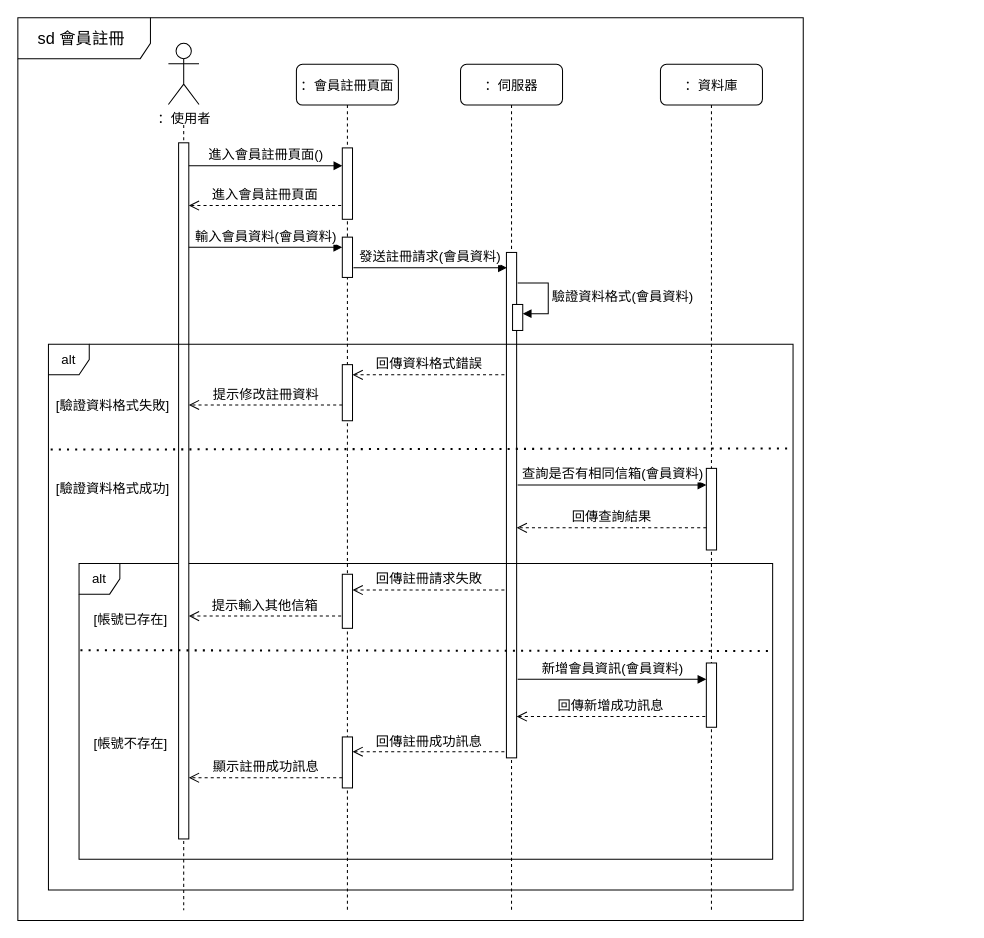
Before: page "會員註冊" (1 of 9) of 文件製作/複評檔案/物件導向/循序圖.drawio in Cuddles-Yu/ntub-coding, a draw.io diagram. Source tidied: cells renumbered, new cells numbered last; positions are measured from the earlier drawing's top-left corner, leaving out a move shared by most shapes. Both pictures are drawn from the tidied source at 102%, with x=0, y=0 at pixel (17, 17).
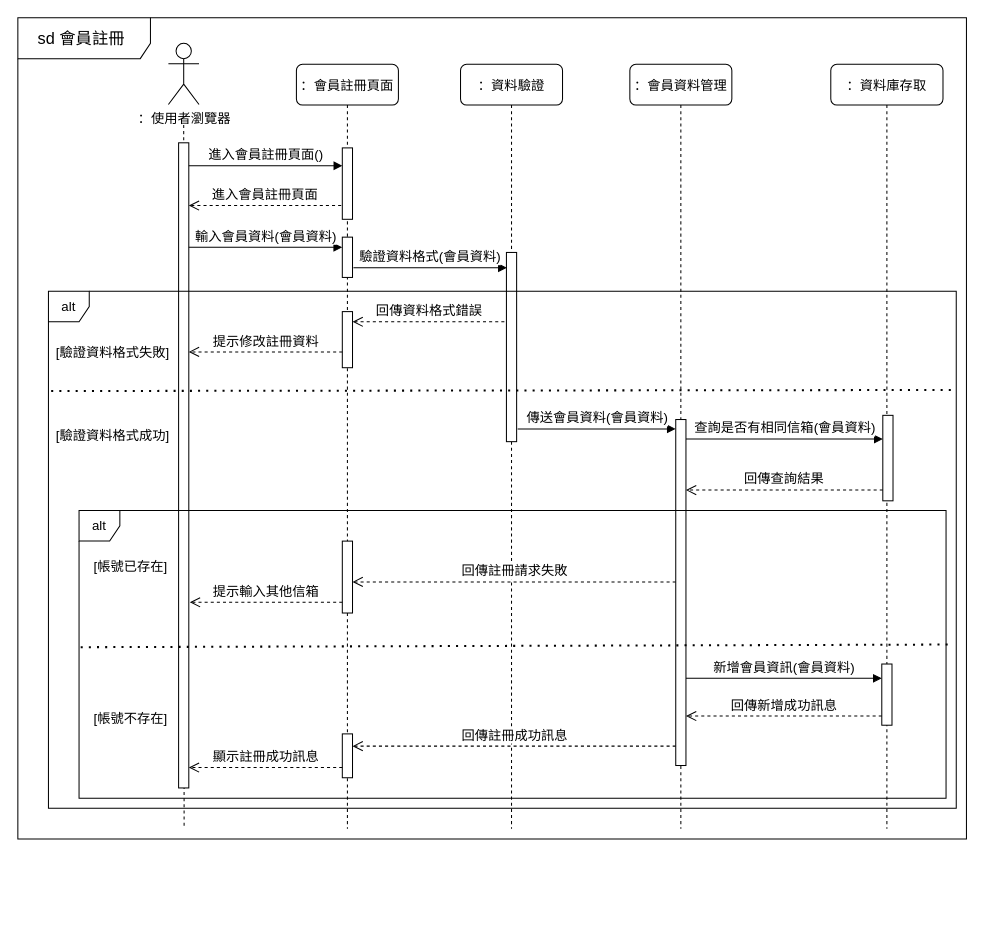
The same page after the edit.

The edit, as a diff of the source:
```diff
@@
+    <mxCell id="41" value="：會員資料管理" style="shape=umlLifeline;perimeter=lifelinePerimeter;whiteSpace=wrap;html=1;newEdgeStyle={&quot;edgeStyle&quot;:&quot;elbowEdgeStyle&quot;,&quot;elbow&quot;:&quot;vertical&quot;,&quot;curved&quot;:0,&quot;rounded&quot;:0};rounded=1;fontSize=13;" parent="1" vertex="1">
+      <mxGeometry x="600" y="45.5" width="100" height="749.5" as="geometry" />
+    </mxCell>
-    <mxCell id="2" value="：伺服器" style="shape=umlLifeline;perimeter=lifelinePerimeter;whiteSpace=wrap;html=1;newEdgeStyle={&quot;edgeStyle&quot;:&quot;elbowEdgeStyle&quot;,&quot;elbow&quot;:&quot;vertical&quot;,&quot;curved&quot;:0,&quot;rounded&quot;:0};rounded=1;fontSize=13;" parent="1" vertex="1">
-      <mxGeometry x="434" y="45.5" width="100" height="829.5" as="geometry" />
+    <mxCell id="2" value="：資料驗證" style="shape=umlLifeline;perimeter=lifelinePerimeter;whiteSpace=wrap;html=1;newEdgeStyle={&quot;edgeStyle&quot;:&quot;elbowEdgeStyle&quot;,&quot;elbow&quot;:&quot;vertical&quot;,&quot;curved&quot;:0,&quot;rounded&quot;:0};rounded=1;fontSize=13;" parent="1" vertex="1">
+      <mxGeometry x="434" y="45.5" width="100" height="749.5" as="geometry" />
     </mxCell>
     <mxCell id="3" style="html=1;points=[[0,0,0,0,5],[0,1,0,0,-5],[1,0,0,0,5],[1,1,0,0,-5]];perimeter=orthogonalPerimeter;outlineConnect=0;targetShapes=umlLifeline;portConstraint=eastwest;newEdgeStyle={&quot;curved&quot;:0,&quot;rounded&quot;:0};fontSize=13;" parent="2" vertex="1">
-      <mxGeometry x="45" y="184.5" width="10" height="495.5" as="geometry" />
+      <mxGeometry x="45" y="184.5" width="10" height="185.5" as="geometry" />
     </mxCell>
-    <mxCell id="4" style="html=1;points=[[0,0,0,0,5],[0,1,0,0,-5],[1,0,0,0,5],[1,1,0,0,-5]];perimeter=orthogonalPerimeter;outlineConnect=0;targetShapes=umlLifeline;portConstraint=eastwest;newEdgeStyle={&quot;curved&quot;:0,&quot;rounded&quot;:0};fontSize=13;" parent="2" vertex="1">
-      <mxGeometry x="51" y="235.5" width="10" height="25.5" as="geometry" />
-    </mxCell>
-    <mxCell id="5" value="驗證資料格式(會員資料)" style="html=1;align=left;spacingLeft=2;endArrow=block;rounded=0;edgeStyle=orthogonalEdgeStyle;curved=0;rounded=0;fontSize=13;" parent="2" edge="1" target="4">
-      <mxGeometry relative="1" as="geometry">
-        <mxPoint x="56" y="214.5" as="sourcePoint" />
-        <Array as="points">
-          <mxPoint x="86" y="244.5" />
-        </Array>
-      </mxGeometry>
-    </mxCell>
     <mxCell id="6" style="endArrow=none;dashed=1;html=1;rounded=0;fontSize=13;" parent="1" edge="1">
       <mxGeometry relative="1" as="geometry">
         <mxPoint x="162.6" y="105" as="sourcePoint" />
-        <mxPoint x="162.6" y="875" as="targetPoint" />
+        <mxPoint x="163" y="795" as="targetPoint" />
       </mxGeometry>
     </mxCell>
     <mxCell id="7" value="：會員註冊頁面" style="shape=umlLifeline;perimeter=lifelinePerimeter;whiteSpace=wrap;html=1;newEdgeStyle={&quot;edgeStyle&quot;:&quot;elbowEdgeStyle&quot;,&quot;elbow&quot;:&quot;vertical&quot;,&quot;curved&quot;:0,&quot;rounded&quot;:0};rounded=1;fontSize=13;" parent="1" vertex="1">
-      <mxGeometry x="273.1" y="45.5" width="100" height="829.5" as="geometry" />
+      <mxGeometry x="273.1" y="45.5" width="100" height="749.5" as="geometry" />
     </mxCell>
@@
     <mxCell id="10" style="html=1;points=[[0,0,0,0,5],[0,1,0,0,-5],[1,0,0,0,5],[1,1,0,0,-5]];perimeter=orthogonalPerimeter;outlineConnect=0;targetShapes=umlLifeline;portConstraint=eastwest;newEdgeStyle={&quot;curved&quot;:0,&quot;rounded&quot;:0};fontSize=13;" parent="7" vertex="1">
-      <mxGeometry x="45" y="500" width="10" height="53" as="geometry" />
+      <mxGeometry x="45" y="467.5" width="10" height="70.5" as="geometry" />
     </mxCell>
-    <mxCell id="11" value="：使用者" style="shape=umlActor;verticalLabelPosition=bottom;verticalAlign=top;html=1;fontSize=13;" parent="1" vertex="1">
+    <mxCell id="11" value="：使用者瀏覽器" style="shape=umlActor;verticalLabelPosition=bottom;verticalAlign=top;html=1;fontSize=13;" parent="1" vertex="1">
       <mxGeometry x="147.6" y="25" width="30" height="60" as="geometry" />
     </mxCell>
     <mxCell id="12" value="&amp;nbsp;[帳號已存在]" style="text;html=1;strokeColor=none;fillColor=none;align=left;verticalAlign=middle;whiteSpace=wrap;rounded=0;fontSize=13;" parent="1" vertex="1">
-      <mxGeometry x="69.2" y="575" width="82.4" height="30" as="geometry" />
+      <mxGeometry x="69.2" y="523" width="82.4" height="30" as="geometry" />
     </mxCell>
-    <mxCell id="13" value="alt" style="shape=umlFrame;whiteSpace=wrap;html=1;width=40;height=30;fontSize=13;" parent="1" vertex="1">
-      <mxGeometry x="60" y="535" width="680" height="290" as="geometry" />
-    </mxCell>
     <mxCell id="14" style="html=1;points=[[0,0,0,0,5],[0,1,0,0,-5],[1,0,0,0,5],[1,1,0,0,-5]];perimeter=orthogonalPerimeter;outlineConnect=0;targetShapes=umlLifeline;portConstraint=eastwest;newEdgeStyle={&quot;curved&quot;:0,&quot;rounded&quot;:0};fontSize=13;" parent="1" vertex="1">
-      <mxGeometry x="157.6" y="122.5" width="10" height="682.5" as="geometry" />
+      <mxGeometry x="157.6" y="122.5" width="10" height="632.5" as="geometry" />
     </mxCell>
     <mxCell id="15" value="&lt;span style=&quot;font-size: 16px; text-wrap: nowrap;&quot;&gt;&amp;nbsp; &amp;nbsp; sd 會員註冊&lt;/span&gt;" style="shape=umlFrame;whiteSpace=wrap;html=1;width=130;height=40;align=left;" parent="1" vertex="1">
-      <mxGeometry width="770" height="885" as="geometry" />
+      <mxGeometry width="930" height="805" as="geometry" />
     </mxCell>
-    <mxCell id="16" value="：資料庫" style="shape=umlLifeline;perimeter=lifelinePerimeter;whiteSpace=wrap;html=1;newEdgeStyle={&quot;edgeStyle&quot;:&quot;elbowEdgeStyle&quot;,&quot;elbow&quot;:&quot;vertical&quot;,&quot;curved&quot;:0,&quot;rounded&quot;:0};rounded=1;fontSize=13;" parent="1" vertex="1">
-      <mxGeometry x="630" y="45.5" width="100" height="830.5" as="geometry" />
+    <mxCell id="16" value="：資料庫存取" style="shape=umlLifeline;perimeter=lifelinePerimeter;whiteSpace=wrap;html=1;newEdgeStyle={&quot;edgeStyle&quot;:&quot;elbowEdgeStyle&quot;,&quot;elbow&quot;:&quot;vertical&quot;,&quot;curved&quot;:0,&quot;rounded&quot;:0};rounded=1;fontSize=13;" parent="1" vertex="1">
+      <mxGeometry x="797" y="45.5" width="110" height="749.5" as="geometry" />
     </mxCell>
     <mxCell id="17" style="html=1;points=[[0,0,0,0,5],[0,1,0,0,-5],[1,0,0,0,5],[1,1,0,0,-5]];perimeter=orthogonalPerimeter;outlineConnect=0;targetShapes=umlLifeline;portConstraint=eastwest;newEdgeStyle={&quot;curved&quot;:0,&quot;rounded&quot;:0};fontSize=13;" parent="16" vertex="1">
-      <mxGeometry x="45" y="396.2" width="10" height="80" as="geometry" />
+      <mxGeometry x="51" y="344.2" width="10" height="83.8" as="geometry" />
     </mxCell>
     <mxCell id="18" style="html=1;points=[[0,0,0,0,5],[0,1,0,0,-5],[1,0,0,0,5],[1,1,0,0,-5]];perimeter=orthogonalPerimeter;outlineConnect=0;targetShapes=umlLifeline;portConstraint=eastwest;newEdgeStyle={&quot;curved&quot;:0,&quot;rounded&quot;:0};fontSize=13;" parent="16" vertex="1">
-      <mxGeometry x="45" y="587" width="10" height="63" as="geometry" />
+      <mxGeometry x="50" y="588" width="10" height="60" as="geometry" />
     </mxCell>
@@
-    <mxCell id="22" value="發送註冊請求(會員資料)" style="html=1;verticalAlign=bottom;endArrow=block;curved=0;rounded=0;fontSize=13;" parent="1" edge="1">
+    <mxCell id="22" value="驗證資料格式(會員資料)" style="html=1;verticalAlign=bottom;endArrow=block;curved=0;rounded=0;fontSize=13;" parent="1" edge="1">
       <mxGeometry relative="1" as="geometry">
         <mxPoint x="329" y="245" as="sourcePoint" />
         <mxPoint x="479.4" y="245" as="targetPoint" />
       </mxGeometry>
     </mxCell>
     <mxCell id="23" value="查詢是否有相同信箱(會員資料)" style="html=1;verticalAlign=bottom;endArrow=block;curved=0;rounded=0;fontSize=13;" parent="1" edge="1" target="17">
       <mxGeometry relative="1" as="geometry">
-        <mxPoint x="490" y="458" as="sourcePoint" />
+        <mxPoint x="655" y="413" as="sourcePoint" />
       </mxGeometry>
     </mxCell>
     <mxCell id="24" value="回傳查詢結果" style="html=1;verticalAlign=bottom;endArrow=open;dashed=1;endSize=8;curved=0;rounded=0;fontSize=13;" parent="1" edge="1" source="17">
       <mxGeometry relative="1" as="geometry">
-        <mxPoint x="489" y="500" as="targetPoint" />
+        <mxPoint x="655" y="463" as="targetPoint" />
       </mxGeometry>
     </mxCell>
-    <mxCell id="25" value="回傳註冊請求失敗" style="html=1;verticalAlign=bottom;endArrow=open;dashed=1;endSize=8;curved=0;rounded=0;fontSize=13;" parent="1" edge="1">
+    <mxCell id="25" value="回傳註冊請求失敗" style="html=1;verticalAlign=bottom;endArrow=open;dashed=1;endSize=8;curved=0;rounded=0;fontSize=13;" parent="1" edge="1" target="10">
       <mxGeometry relative="1" as="geometry">
-        <mxPoint x="477" y="561" as="sourcePoint" />
-        <mxPoint x="328.1" y="561" as="targetPoint" />
+        <mxPoint x="645" y="553" as="sourcePoint" />
       </mxGeometry>
     </mxCell>
     <mxCell id="26" value="提示輸入其他信箱" style="html=1;verticalAlign=bottom;endArrow=open;dashed=1;endSize=8;curved=0;rounded=0;fontSize=13;" parent="1" edge="1">
       <mxGeometry relative="1" as="geometry">
-        <mxPoint x="317" y="586.5" as="sourcePoint" />
-        <mxPoint x="167.6" y="586.5" as="targetPoint" />
+        <mxPoint x="318.1" y="573" as="sourcePoint" />
+        <mxPoint x="168.6" y="573" as="targetPoint" />
       </mxGeometry>
     </mxCell>
-    <mxCell id="27" value="新增會員資訊(會員資料)" style="html=1;verticalAlign=bottom;endArrow=block;curved=0;rounded=0;fontSize=13;" parent="1" edge="1" target="18">
+    <mxCell id="27" value="新增會員資訊(會員資料)" style="html=1;verticalAlign=bottom;endArrow=block;curved=0;rounded=0;fontSize=13;entryX=0;entryY=0;entryDx=0;entryDy=5;entryPerimeter=0;" parent="1" edge="1">
       <mxGeometry relative="1" as="geometry">
-        <mxPoint x="490" y="648.5" as="sourcePoint" />
+        <mxPoint x="655" y="647.5" as="sourcePoint" />
+        <mxPoint x="847" y="647.5" as="targetPoint" />
       </mxGeometry>
     </mxCell>
     <mxCell id="28" value="alt" style="shape=umlFrame;whiteSpace=wrap;html=1;width=40;height=30;fontSize=13;" parent="1" vertex="1">
-      <mxGeometry x="30" y="320" width="730" height="535" as="geometry" />
+      <mxGeometry x="30" y="268" width="890" height="507" as="geometry" />
     </mxCell>
     <mxCell id="29" value="回傳資料格式錯誤" style="html=1;verticalAlign=bottom;endArrow=open;dashed=1;endSize=8;curved=0;rounded=0;fontSize=13;" parent="1" edge="1" target="30">
       <mxGeometry relative="1" as="geometry">
-        <mxPoint x="477" y="350" as="sourcePoint" />
+        <mxPoint x="477" y="298" as="sourcePoint" />
       </mxGeometry>
     </mxCell>
     <mxCell id="30" style="html=1;points=[[0,0,0,0,5],[0,1,0,0,-5],[1,0,0,0,5],[1,1,0,0,-5]];perimeter=orthogonalPerimeter;outlineConnect=0;targetShapes=umlLifeline;portConstraint=eastwest;newEdgeStyle={&quot;curved&quot;:0,&quot;rounded&quot;:0};fontSize=13;" parent="1" vertex="1">
-      <mxGeometry x="318.1" y="340" width="10" height="55" as="geometry" />
+      <mxGeometry x="318.1" y="288" width="10" height="55" as="geometry" />
     </mxCell>
-    <mxCell id="31" value="提示修改註冊資料" style="html=1;verticalAlign=bottom;endArrow=open;dashed=1;endSize=8;curved=0;rounded=0;fontSize=13;" parent="1" edge="1" target="14">
+    <mxCell id="31" value="提示修改註冊資料" style="html=1;verticalAlign=bottom;endArrow=open;dashed=1;endSize=8;curved=0;rounded=0;fontSize=13;" parent="1" edge="1">
       <mxGeometry relative="1" as="geometry">
-        <mxPoint x="318.1" y="379.5" as="sourcePoint" />
+        <mxPoint x="318.1" y="327.5" as="sourcePoint" />
+        <mxPoint x="167.6" y="327.5" as="targetPoint" />
       </mxGeometry>
     </mxCell>
-    <mxCell id="32" style="endArrow=none;dashed=1;html=1;dashPattern=1 3;strokeWidth=2;rounded=0;entryX=1;entryY=0.191;entryDx=0;entryDy=0;entryPerimeter=0;exitX=0.003;exitY=0.193;exitDx=0;exitDy=0;exitPerimeter=0;fontSize=13;" parent="1" edge="1" source="28" target="28">
-      <mxGeometry relative="1" as="geometry" />
-    </mxCell>
     <mxCell id="33" value="&amp;nbsp;[帳號不存在]" style="text;html=1;strokeColor=none;fillColor=none;align=left;verticalAlign=middle;whiteSpace=wrap;rounded=0;fontSize=13;" parent="1" vertex="1">
-      <mxGeometry x="69.2" y="695.5" width="82.4" height="30" as="geometry" />
+      <mxGeometry x="69.2" y="672" width="82.4" height="30" as="geometry" />
     </mxCell>
-    <mxCell id="34" value="回傳新增成功訊息" style="html=1;verticalAlign=bottom;endArrow=open;dashed=1;endSize=8;curved=0;rounded=0;fontSize=13;" parent="1" edge="1" target="3">
+    <mxCell id="34" value="回傳新增成功訊息" style="html=1;verticalAlign=bottom;endArrow=open;dashed=1;endSize=8;curved=0;rounded=0;fontSize=13;exitX=0;exitY=1;exitDx=0;exitDy=-5;exitPerimeter=0;" parent="1" edge="1">
       <mxGeometry relative="1" as="geometry">
-        <mxPoint x="674" y="685" as="sourcePoint" />
+        <mxPoint x="847" y="684.5" as="sourcePoint" />
+        <mxPoint x="655" y="684.5" as="targetPoint" />
       </mxGeometry>
     </mxCell>
-    <mxCell id="35" value="回傳註冊成功訊息" style="html=1;verticalAlign=bottom;endArrow=open;dashed=1;endSize=8;curved=0;rounded=0;fontSize=13;" parent="1" edge="1" target="36">
+    <mxCell id="35" value="回傳註冊成功訊息" style="html=1;verticalAlign=bottom;endArrow=open;dashed=1;endSize=8;curved=0;rounded=0;fontSize=13;" parent="1" edge="1">
       <mxGeometry relative="1" as="geometry">
-        <mxPoint x="477" y="719.5" as="sourcePoint" />
+        <mxPoint x="645" y="714" as="sourcePoint" />
+        <mxPoint x="328.1" y="714" as="targetPoint" />
       </mxGeometry>
     </mxCell>
     <mxCell id="36" style="html=1;points=[[0,0,0,0,5],[0,1,0,0,-5],[1,0,0,0,5],[1,1,0,0,-5]];perimeter=orthogonalPerimeter;outlineConnect=0;targetShapes=umlLifeline;portConstraint=eastwest;newEdgeStyle={&quot;curved&quot;:0,&quot;rounded&quot;:0};fontSize=13;" parent="1" vertex="1">
-      <mxGeometry x="318.1" y="705" width="10" height="50" as="geometry" />
+      <mxGeometry x="318.1" y="702" width="10" height="43" as="geometry" />
     </mxCell>
-    <mxCell id="37" value="顯示註冊成功訊息" style="html=1;verticalAlign=bottom;endArrow=open;dashed=1;endSize=8;curved=0;rounded=0;fontSize=13;" parent="1" edge="1" target="14">
+    <mxCell id="37" value="顯示註冊成功訊息" style="html=1;verticalAlign=bottom;endArrow=open;dashed=1;endSize=8;curved=0;rounded=0;fontSize=13;" parent="1" edge="1">
       <mxGeometry relative="1" as="geometry">
-        <mxPoint x="318.1" y="745" as="sourcePoint" />
+        <mxPoint x="318.1" y="735" as="sourcePoint" />
+        <mxPoint x="167.6" y="735" as="targetPoint" />
       </mxGeometry>
     </mxCell>
-    <mxCell id="38" style="endArrow=none;dashed=1;html=1;dashPattern=1 3;strokeWidth=2;rounded=0;exitX=0.002;exitY=0.293;exitDx=0;exitDy=0;exitPerimeter=0;entryX=1.002;entryY=0.296;entryDx=0;entryDy=0;entryPerimeter=0;fontSize=13;" parent="1" edge="1" source="13" target="13">
-      <mxGeometry relative="1" as="geometry" />
-    </mxCell>
     <mxCell id="39" value="&amp;nbsp;[驗證資料格式失敗]" style="text;html=1;strokeColor=none;fillColor=none;align=left;verticalAlign=middle;whiteSpace=wrap;rounded=0;fontSize=13;" parent="1" vertex="1">
-      <mxGeometry x="31.6" y="365" width="120" height="30" as="geometry" />
+      <mxGeometry x="31.6" y="313" width="120" height="30" as="geometry" />
     </mxCell>
     <mxCell id="40" value="&amp;nbsp;[驗證資料格式成功]" style="text;html=1;strokeColor=none;fillColor=none;align=left;verticalAlign=middle;whiteSpace=wrap;rounded=0;fontSize=13;" parent="1" vertex="1">
-      <mxGeometry x="31.6" y="445.8" width="120" height="30" as="geometry" />
+      <mxGeometry x="31.6" y="393.8" width="120" height="30" as="geometry" />
     </mxCell>
+    <mxCell id="42" value="&lt;font style=&quot;font-size: 13px;&quot;&gt;傳送會員資料(會員資料)&lt;/font&gt;" style="html=1;verticalAlign=bottom;endArrow=block;curved=0;rounded=0;fontSize=13;" parent="1" edge="1" target="43">
+      <mxGeometry relative="1" as="geometry">
+        <mxPoint x="490" y="403" as="sourcePoint" />
+      </mxGeometry>
+    </mxCell>
+    <mxCell id="43" style="html=1;points=[[0,0,0,0,5],[0,1,0,0,-5],[1,0,0,0,5],[1,1,0,0,-5]];perimeter=orthogonalPerimeter;outlineConnect=0;targetShapes=umlLifeline;portConstraint=eastwest;newEdgeStyle={&quot;curved&quot;:0,&quot;rounded&quot;:0};fontSize=13;" parent="1" vertex="1">
+      <mxGeometry x="645" y="393.8" width="10" height="339.2" as="geometry" />
+    </mxCell>
+    <mxCell id="13" value="alt" style="shape=umlFrame;whiteSpace=wrap;html=1;width=40;height=30;fontSize=13;" parent="1" vertex="1">
+      <mxGeometry x="60" y="483" width="850" height="282" as="geometry" />
+    </mxCell>
+    <mxCell id="38" style="endArrow=none;dashed=1;html=1;dashPattern=1 3;strokeWidth=2;rounded=0;exitX=0.002;exitY=0.293;exitDx=0;exitDy=0;exitPerimeter=0;entryX=1.002;entryY=0.466;entryDx=0;entryDy=0;entryPerimeter=0;fontSize=13;" parent="1" edge="1" target="13">
+      <mxGeometry relative="1" as="geometry">
+        <mxPoint x="61.6" y="617" as="sourcePoint" />
+      </mxGeometry>
+    </mxCell>
+    <mxCell id="32" style="endArrow=none;dashed=1;html=1;dashPattern=1 3;strokeWidth=2;rounded=0;entryX=1;entryY=0.191;entryDx=0;entryDy=0;entryPerimeter=0;exitX=0.003;exitY=0.193;exitDx=0;exitDy=0;exitPerimeter=0;fontSize=13;" parent="1" edge="1" source="28" target="28">
+      <mxGeometry relative="1" as="geometry" />
+    </mxCell>
```
